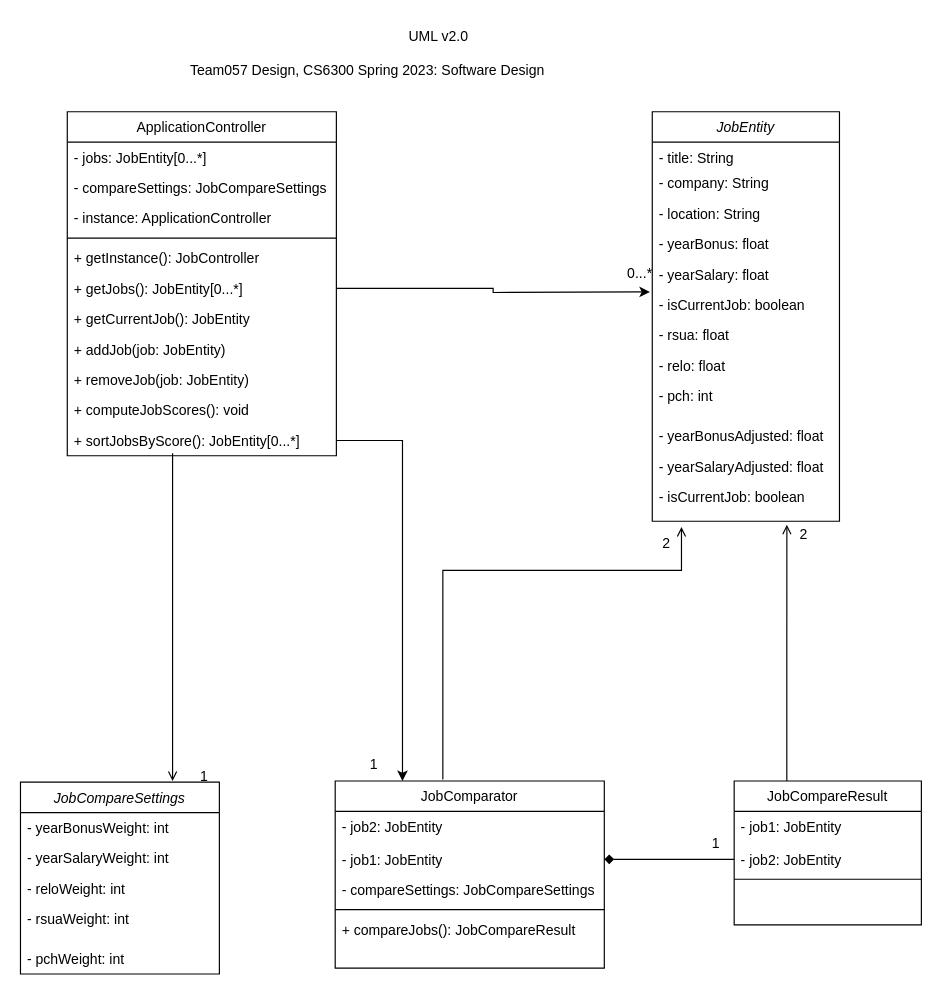
Above: GroupProject/Design-Team/app_design.drawio in cheny-414/JobCompareApp (draw.io), before the change. Source tidied: cells renumbered, new cells numbered last; positions are measured from the earlier drawing's top-left corner, leaving out a move shared by most shapes. Both pictures are drawn from the tidied source at 117%, with x=0, y=0 at pixel (20, 20).
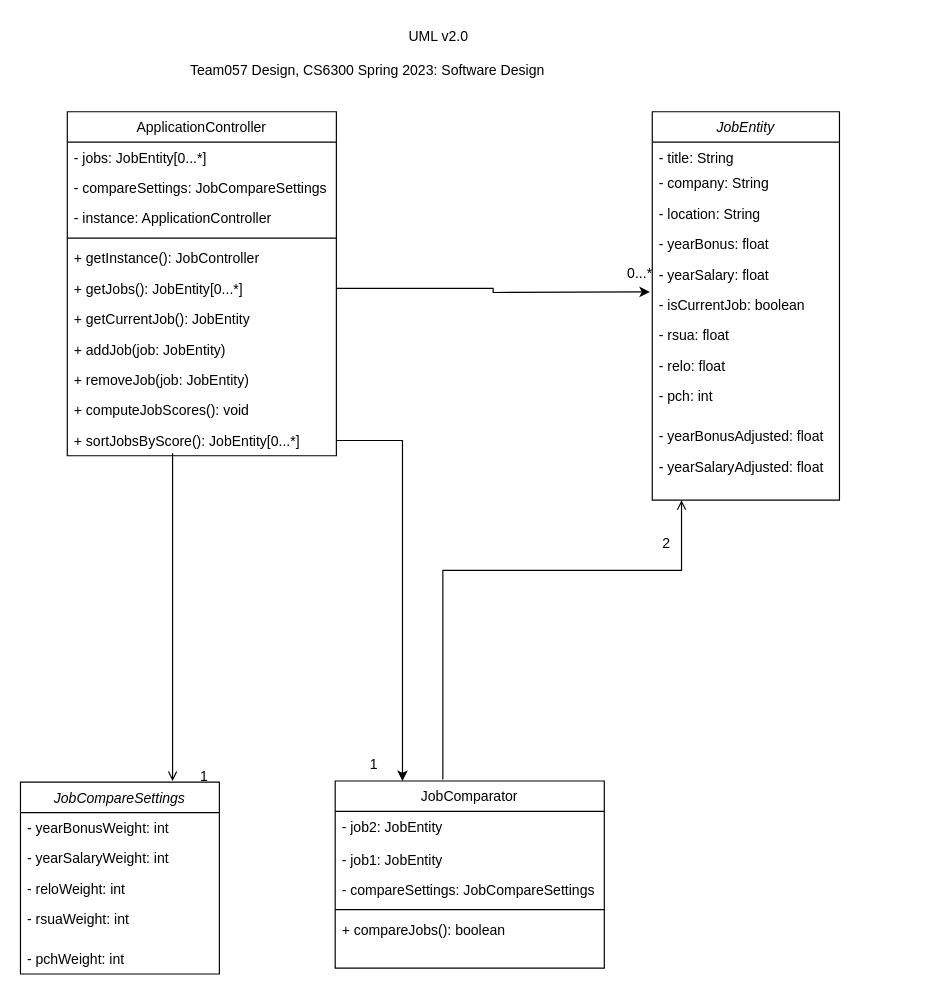
Above is the later version.

The change refers to these unchanged cells:
```xml
<mxCell id="36" value="JobComparator" style="swimlane;fontStyle=0;align=center;verticalAlign=top;horizontal=1;startSize=26;rounded=0;shadow=0;strokeWidth=1;" parent="1" vertex="1">
  <mxGeometry x="269" y="650" width="230" height="160" as="geometry" />
</mxCell>
<mxCell id="38" value="- job1: JobEntity" style="text;align=left;verticalAlign=top;spacingLeft=4;spacingRight=4;overflow=hidden;points=[[0,0.5],[1,0.5]];portConstraint=eastwest;" parent="36" vertex="1">
  <mxGeometry y="54" width="230" height="26" as="geometry" />
</mxCell>
```

The edit, as a diff of the source:
```diff
@@
     <mxCell id="2" value="JobEntity" style="swimlane;fontStyle=2;align=center;verticalAlign=top;horizontal=1;startSize=26;rounded=0;shadow=0;strokeWidth=1;" parent="1" vertex="1">
-      <mxGeometry x="540" y="78" width="160" height="350" as="geometry" />
+      <mxGeometry x="540" y="78" width="160" height="332" as="geometry" />
     </mxCell>
@@
-    <mxCell id="15" value="- isCurrentJob: boolean" style="text;align=left;verticalAlign=top;spacingLeft=4;spacingRight=4;overflow=hidden;points=[[0,0.5],[1,0.5]];portConstraint=eastwest;rounded=0;shadow=0;html=0;" parent="2" vertex="1">
-      <mxGeometry y="316" width="160" height="34" as="geometry" />
-    </mxCell>
@@
-    <mxCell id="41" value="+ compareJobs(): JobCompareResult" style="text;align=left;verticalAlign=top;spacingLeft=4;spacingRight=4;overflow=hidden;" parent="36" vertex="1">
+    <mxCell id="41" value="+ compareJobs(): boolean" style="text;align=left;verticalAlign=top;spacingLeft=4;spacingRight=4;overflow=hidden;" parent="36" vertex="1">
       <mxGeometry y="114" width="230" height="46" as="geometry" />
     </mxCell>
-    <mxCell id="42" style="endArrow=open;shadow=0;strokeWidth=1;rounded=0;endFill=1;edgeStyle=elbowEdgeStyle;elbow=vertical;exitX=0.4;exitY=-0.008;exitDx=0;exitDy=0;exitPerimeter=0;entryX=0.156;entryY=1.147;entryDx=0;entryDy=0;entryPerimeter=0;" parent="1" edge="1" source="36" target="15">
+    <mxCell id="42" style="endArrow=open;shadow=0;strokeWidth=1;rounded=0;endFill=1;edgeStyle=elbowEdgeStyle;elbow=vertical;exitX=0.4;exitY=-0.008;exitDx=0;exitDy=0;exitPerimeter=0;" parent="1" edge="1" source="36">
       <mxGeometry x="0.5" y="41" relative="1" as="geometry">
+        <mxPoint x="565" y="410" as="targetPoint" />
         <Array as="points">
           <mxPoint x="490" y="470" />
           <mxPoint x="410" y="570" />
         </Array>
         <mxPoint x="-40" y="32" as="offset" />
       </mxGeometry>
     </mxCell>
@@
-    <mxCell id="44" style="edgeStyle=orthogonalEdgeStyle;rounded=0;jettySize=auto;html=1;endArrow=open;endFill=0;entryX=0.719;entryY=1.088;entryDx=0;entryDy=0;entryPerimeter=0;" parent="1" edge="1" source="45" target="15">
-      <mxGeometry relative="1" as="geometry">
-        <Array as="points">
-          <mxPoint x="655" y="530" />
-          <mxPoint x="655" y="530" />
-        </Array>
-      </mxGeometry>
-    </mxCell>
-    <mxCell id="45" value="JobCompareResult" style="swimlane;fontStyle=0;align=center;verticalAlign=top;horizontal=1;startSize=26;rounded=0;shadow=0;strokeWidth=1;" parent="1" vertex="1">
-      <mxGeometry x="610" y="650" width="160" height="123" as="geometry" />
-    </mxCell>
-    <mxCell id="46" value="- job1: JobEntity" style="text;align=left;verticalAlign=top;spacingLeft=4;spacingRight=4;overflow=hidden;" parent="45" vertex="1">
-      <mxGeometry y="26" width="160" height="28" as="geometry" />
-    </mxCell>
-    <mxCell id="47" value="- job2: JobEntity" style="text;align=left;verticalAlign=top;spacingLeft=4;spacingRight=4;overflow=hidden;points=[[0,0.5],[1,0.5]];portConstraint=eastwest;" parent="45" vertex="1">
-      <mxGeometry y="54" width="160" height="26" as="geometry" />
-    </mxCell>
-    <mxCell id="48" style="line;html=1;strokeWidth=1;align=left;verticalAlign=middle;spacingTop=-1;spacingLeft=3;spacingRight=3;labelPosition=right;" parent="45" vertex="1">
-      <mxGeometry y="80" width="160" height="8" as="geometry" />
-    </mxCell>
@@
-    <mxCell id="53" style="edgeStyle=orthogonalEdgeStyle;rounded=0;jettySize=auto;html=1;entryX=0;entryY=0.5;entryDx=0;entryDy=0;endArrow=none;endFill=0;startArrow=diamond;startFill=1;" parent="1" edge="1" source="38" target="47">
-      <mxGeometry relative="1" as="geometry">
-        <Array as="points">
-          <mxPoint x="560" y="717" />
-          <mxPoint x="560" y="717" />
-        </Array>
-      </mxGeometry>
-    </mxCell>
-    <mxCell id="54" value="1" style="align=right;verticalAlign=bottom;labelBackgroundColor=none;fontSize=12;" parent="1" vertex="1">
-      <mxGeometry x="360" y="649.6" as="geometry">
-        <mxPoint x="239" y="62" as="offset" />
-      </mxGeometry>
-    </mxCell>
-    <mxCell id="55" value="2" style="align=right;verticalAlign=bottom;labelBackgroundColor=none;fontSize=12;" parent="1" vertex="1">
-      <mxGeometry x="360" y="570" as="geometry">
-        <mxPoint x="314" y="-122" as="offset" />
-      </mxGeometry>
-    </mxCell>
```
